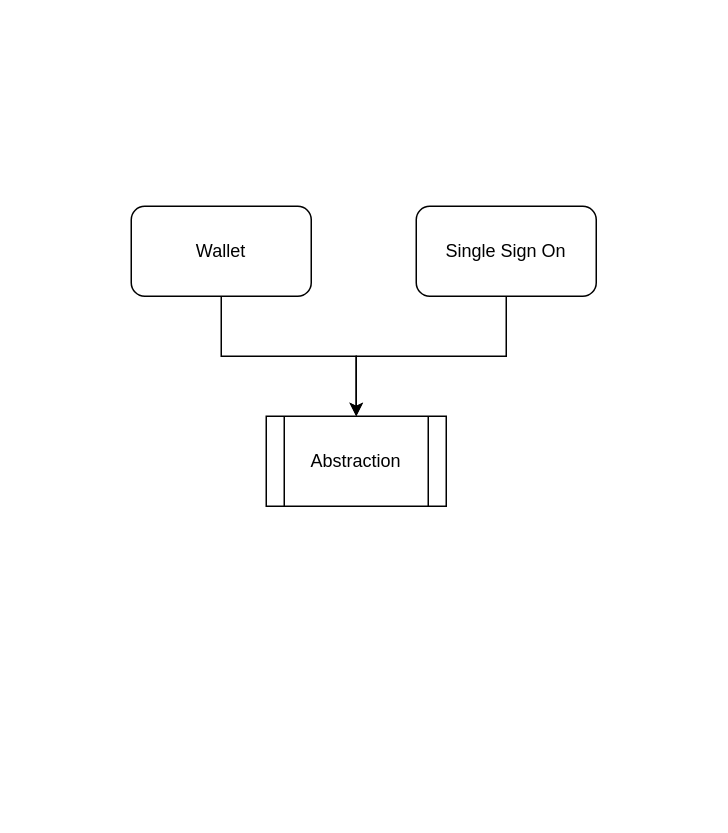
The draw.io diagram chainGPT.drawio in ali-05-ahmed/Concept-Diagrams, before the edit. Source tidied: cells renumbered, new cells numbered last; positions are measured from the earlier drawing's top-left corner, leaving out a move shared by most shapes. Both pictures are drawn from the tidied source at 150%, with x=0, y=0 at pixel (130, 206).
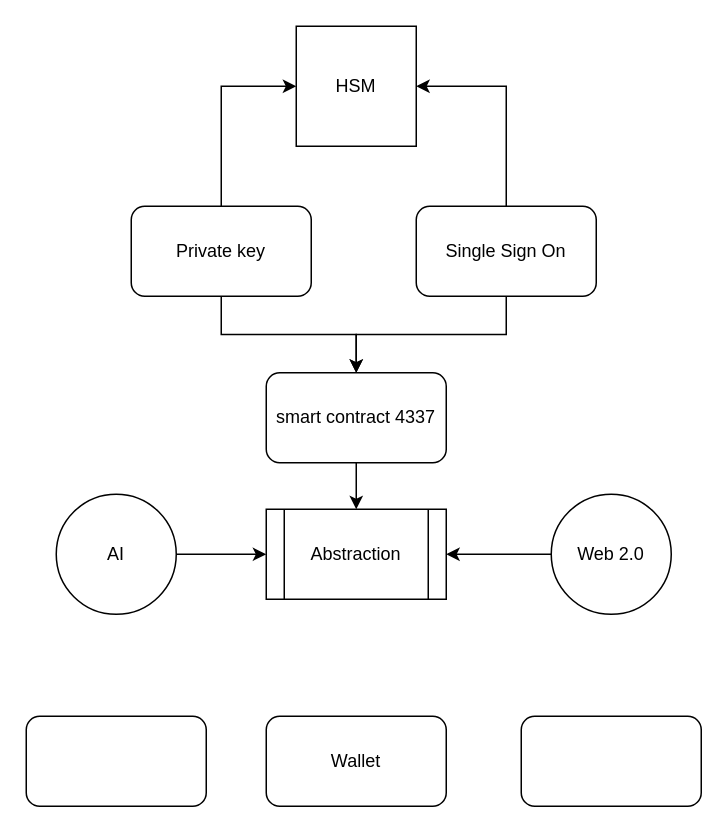
After the change.

What changed in the source:
```diff
@@
 <mxGraphModel>
   <root>
     <mxCell id="0" />
     <mxCell id="1" parent="0" />
-    <mxCell id="2" style="edgeStyle=orthogonalEdgeStyle;rounded=0;jettySize=auto;html=1;" parent="1" edge="1" source="3" target="4">
+    <mxCell id="2" style="edgeStyle=orthogonalEdgeStyle;rounded=0;jettySize=auto;html=1;entryX=0.5;entryY=0;entryDx=0;entryDy=0;" parent="1" edge="1" source="3" target="16">
       <mxGeometry relative="1" as="geometry" />
     </mxCell>
+    <mxCell id="7" style="edgeStyle=orthogonalEdgeStyle;rounded=0;jettySize=auto;html=1;entryX=0;entryY=0.5;entryDx=0;entryDy=0;" parent="1" edge="1" source="3" target="9">
+      <mxGeometry relative="1" as="geometry" />
+    </mxCell>
-    <mxCell id="3" value="Wallet" style="rounded=1;whiteSpace=wrap;html=1;" parent="1" vertex="1">
+    <mxCell id="3" value="Private key" style="rounded=1;whiteSpace=wrap;html=1;" parent="1" vertex="1">
       <mxGeometry width="120" height="60" as="geometry" />
     </mxCell>
     <mxCell id="4" value="Abstraction" style="shape=process;whiteSpace=wrap;html=1;backgroundOutline=1;" parent="1" vertex="1">
-      <mxGeometry x="90" y="140" width="120" height="60" as="geometry" />
+      <mxGeometry x="90" y="202" width="120" height="60" as="geometry" />
     </mxCell>
-    <mxCell id="5" style="edgeStyle=orthogonalEdgeStyle;rounded=0;jettySize=auto;html=1;" parent="1" edge="1" source="6" target="4">
-      <mxGeometry relative="1" as="geometry" />
-    </mxCell>
+    <mxCell id="8" style="edgeStyle=orthogonalEdgeStyle;rounded=0;jettySize=auto;html=1;entryX=1;entryY=0.5;entryDx=0;entryDy=0;" parent="1" edge="1" source="6" target="9">
+      <mxGeometry relative="1" as="geometry" />
+    </mxCell>
     <mxCell id="6" value="Single Sign On" style="rounded=1;whiteSpace=wrap;html=1;" parent="1" vertex="1">
       <mxGeometry x="190" width="120" height="60" as="geometry" />
     </mxCell>
+    <mxCell id="9" value="HSM" style="whiteSpace=wrap;html=1;" parent="1" vertex="1">
+      <mxGeometry x="110" y="-120" width="80" height="80" as="geometry" />
+    </mxCell>
+    <mxCell id="10" style="edgeStyle=orthogonalEdgeStyle;rounded=0;jettySize=auto;html=1;" parent="1" edge="1" source="11" target="4">
+      <mxGeometry relative="1" as="geometry" />
+    </mxCell>
+    <mxCell id="11" value="AI" style="ellipse;whiteSpace=wrap;html=1;" parent="1" vertex="1">
+      <mxGeometry x="-50" y="192" width="80" height="80" as="geometry" />
+    </mxCell>
+    <mxCell id="12" style="edgeStyle=orthogonalEdgeStyle;rounded=0;jettySize=auto;html=1;" parent="1" edge="1" source="13" target="4">
+      <mxGeometry relative="1" as="geometry" />
+    </mxCell>
+    <mxCell id="13" value="Web 2.0" style="ellipse;whiteSpace=wrap;html=1;" parent="1" vertex="1">
+      <mxGeometry x="280" y="192" width="80" height="80" as="geometry" />
+    </mxCell>
+    <mxCell id="14" style="edgeStyle=orthogonalEdgeStyle;rounded=0;jettySize=auto;html=1;" parent="1" edge="1" source="6" target="16">
+      <mxGeometry relative="1" as="geometry" />
+    </mxCell>
+    <mxCell id="15" style="edgeStyle=orthogonalEdgeStyle;rounded=0;jettySize=auto;html=1;" parent="1" edge="1" source="16" target="4">
+      <mxGeometry relative="1" as="geometry" />
+    </mxCell>
+    <mxCell id="16" value="smart contract 4337" style="rounded=1;whiteSpace=wrap;html=1;" parent="1" vertex="1">
+      <mxGeometry x="90" y="111" width="120" height="60" as="geometry" />
+    </mxCell>
+    <mxCell id="17" style="rounded=1;whiteSpace=wrap;html=1;" parent="1" vertex="1">
+      <mxGeometry x="-70" y="340" width="120" height="60" as="geometry" />
+    </mxCell>
+    <mxCell id="18" value="Wallet" style="rounded=1;whiteSpace=wrap;html=1;" parent="1" vertex="1">
+      <mxGeometry x="90" y="340" width="120" height="60" as="geometry" />
+    </mxCell>
+    <mxCell id="19" style="rounded=1;whiteSpace=wrap;html=1;" parent="1" vertex="1">
+      <mxGeometry x="260" y="340" width="120" height="60" as="geometry" />
+    </mxCell>
   </root>
 </mxGraphModel>
```
